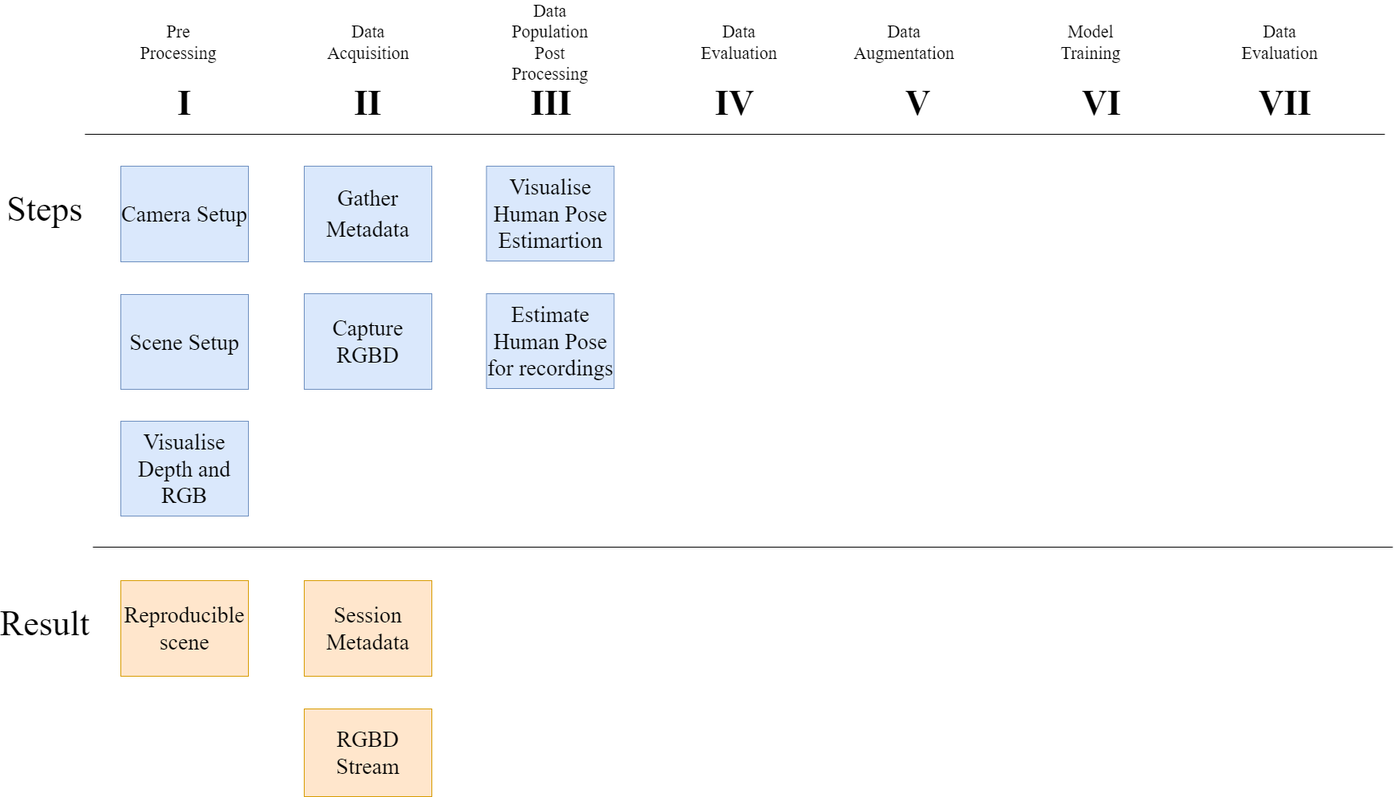
The draw.io diagram docs/Thesis/figures/ProcessingPipeline/ProcessingPipeline.png in LeonardoPohl/FESD, before a commit. Source tidied: cells renumbered, new cells last; positions are measured from the earlier drawing's top-left corner, leaving out a move shared by most shapes.
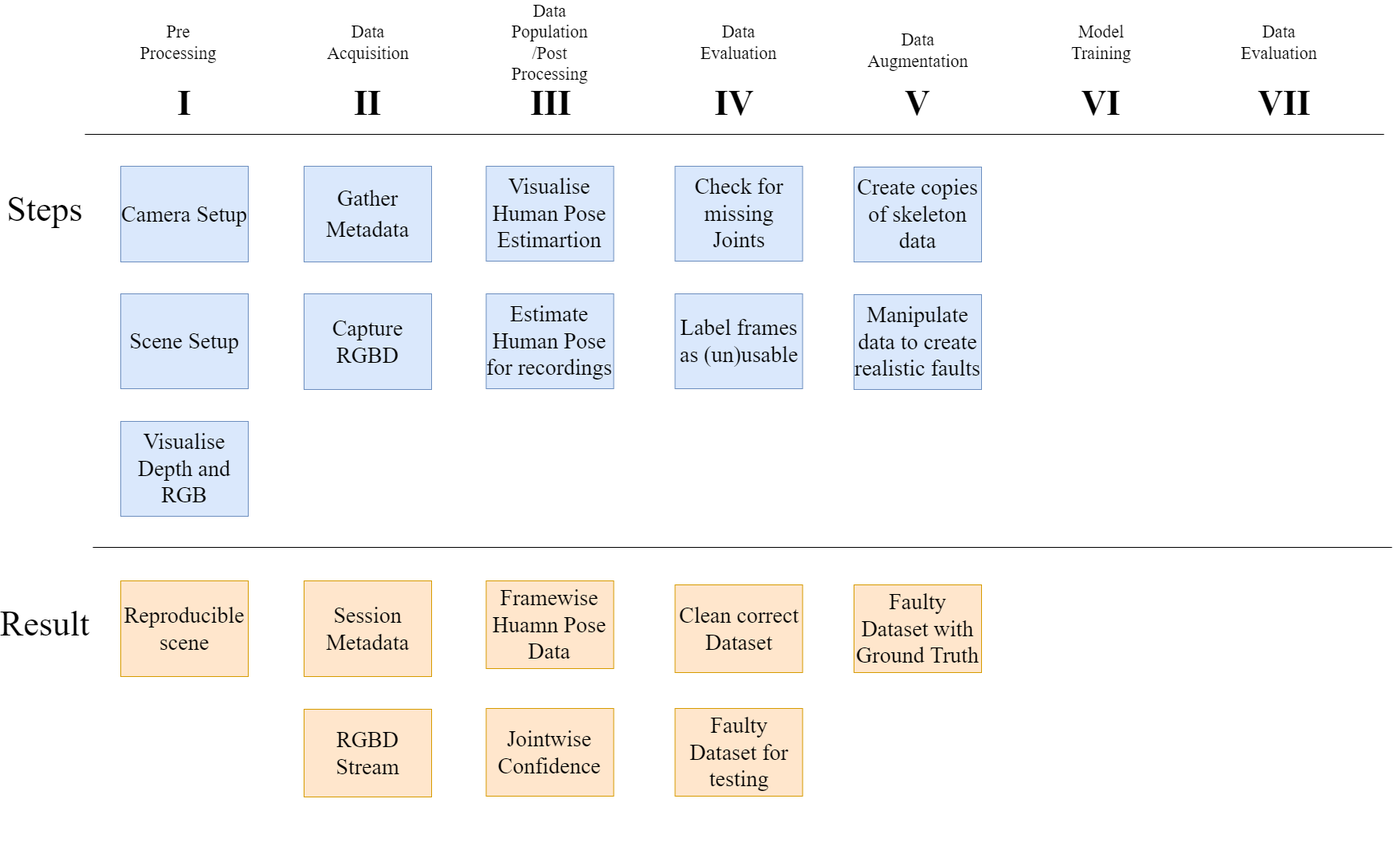
Above is the later version.

What changed in the source:
```diff
@@ -27,7 +27,7 @@
       <mxGeometry x="35" y="90" width="160" height="120" as="geometry" />
     </mxCell>
     <mxCell id="9" value="&lt;p style=&quot;line-height: 100%; font-size: 28px;&quot;&gt;Scene Setup&lt;br style=&quot;font-size: 28px;&quot;&gt;&lt;/p&gt;" style="rounded=0;whiteSpace=wrap;html=1;fontFamily=Times New Roman;fontSize=28;fillColor=#dae8fc;strokeColor=#6c8ebf;" parent="7" vertex="1">
-      <mxGeometry x="35" y="251" width="160" height="119" as="geometry" />
+      <mxGeometry x="35" y="250" width="160" height="119" as="geometry" />
     </mxCell>
     <mxCell id="10" value="&lt;font style=&quot;font-size: 28px;&quot;&gt;Reproducible scene&lt;/font&gt;" style="rounded=0;whiteSpace=wrap;html=1;fontFamily=Times New Roman;fontSize=28;fillColor=#ffe6cc;strokeColor=#d79b00;" parent="7" vertex="1">
       <mxGeometry x="35" y="610" width="160" height="120" as="geometry" />
@@ -36,10 +36,19 @@
       <mxGeometry x="35" y="410" width="160" height="119" as="geometry" />
     </mxCell>
     <mxCell id="12" value="&lt;font style=&quot;font-size: 44px;&quot; face=&quot;Times New Roman&quot;&gt;IV&lt;/font&gt;" style="swimlane;whiteSpace=wrap;html=1;strokeColor=none;fillColor=none;swimlaneLine=0;" parent="1" vertex="1">
-      <mxGeometry x="780" y="80" width="230" height="670" as="geometry" />
+      <mxGeometry x="780" y="80" width="230" height="725" as="geometry" />
     </mxCell>
+    <mxCell id="30" value="Check for missing Joints" style="rounded=0;whiteSpace=wrap;html=1;fontFamily=Times New Roman;fontSize=28;fillColor=#dae8fc;strokeColor=#6c8ebf;" parent="12" vertex="1">
+      <mxGeometry x="40.5" y="90" width="160" height="119" as="geometry" />
+    </mxCell>
+    <mxCell id="31" value="&lt;div style=&quot;font-size: 28px;&quot;&gt;&lt;font style=&quot;font-size: 28px;&quot;&gt;Clean correct Dataset&lt;/font&gt;&lt;/div&gt;" style="rounded=0;whiteSpace=wrap;html=1;fontFamily=Times New Roman;fontSize=28;fillColor=#ffe6cc;strokeColor=#d79b00;" parent="12" vertex="1">
+      <mxGeometry x="40.5" y="615" width="160" height="110" as="geometry" />
+    </mxCell>
+    <mxCell id="32" value="Label frames as (un)usable" style="rounded=0;whiteSpace=wrap;html=1;fontFamily=Times New Roman;fontSize=28;fillColor=#dae8fc;strokeColor=#6c8ebf;" parent="12" vertex="1">
+      <mxGeometry x="40.5" y="250" width="160" height="119" as="geometry" />
+    </mxCell>
     <mxCell id="13" value="&lt;font style=&quot;font-size: 44px;&quot; face=&quot;Times New Roman&quot;&gt;III&lt;/font&gt;" style="swimlane;whiteSpace=wrap;html=1;strokeColor=none;fillColor=none;swimlaneLine=0;" parent="1" vertex="1">
-      <mxGeometry x="550" y="80" width="230" height="670" as="geometry" />
+      <mxGeometry x="550" y="80" width="230" height="942" as="geometry" />
     </mxCell>
     <mxCell id="14" value="Visualise Human Pose Estimartion" style="rounded=0;whiteSpace=wrap;html=1;fontFamily=Times New Roman;fontSize=28;fillColor=#dae8fc;strokeColor=#6c8ebf;" parent="13" vertex="1">
       <mxGeometry x="33.5" y="90" width="160" height="119" as="geometry" />
@@ -47,9 +56,18 @@
     <mxCell id="15" value="Estimate Human Pose for recordings" style="rounded=0;whiteSpace=wrap;html=1;fontFamily=Times New Roman;fontSize=28;fillColor=#dae8fc;strokeColor=#6c8ebf;" parent="13" vertex="1">
       <mxGeometry x="33.5" y="250" width="160" height="119" as="geometry" />
     </mxCell>
+    <mxCell id="33" value="&lt;div style=&quot;font-size: 28px;&quot;&gt;&lt;font style=&quot;font-size: 28px;&quot;&gt;Framewise Huamn Pose Data&lt;/font&gt;&lt;/div&gt;" style="rounded=0;whiteSpace=wrap;html=1;fontFamily=Times New Roman;fontSize=28;fillColor=#ffe6cc;strokeColor=#d79b00;" parent="13" vertex="1">
+      <mxGeometry x="33.5" y="610" width="160" height="110" as="geometry" />
+    </mxCell>
     <mxCell id="16" value="&lt;font style=&quot;font-size: 44px;&quot; face=&quot;Times New Roman&quot;&gt;V&lt;/font&gt;" style="swimlane;whiteSpace=wrap;html=1;strokeColor=none;fillColor=none;swimlaneLine=0;" parent="1" vertex="1">
       <mxGeometry x="1010" y="80" width="230" height="670" as="geometry" />
     </mxCell>
+    <mxCell id="34" value="Create copies of skeleton data" style="rounded=0;whiteSpace=wrap;html=1;fontFamily=Times New Roman;fontSize=28;fillColor=#dae8fc;strokeColor=#6c8ebf;" parent="16" vertex="1">
+      <mxGeometry x="35" y="91" width="160" height="119" as="geometry" />
+    </mxCell>
+    <mxCell id="35" value="Manipulate data to create realistic faults" style="rounded=0;whiteSpace=wrap;html=1;fontFamily=Times New Roman;fontSize=28;fillColor=#dae8fc;strokeColor=#6c8ebf;" parent="16" vertex="1">
+      <mxGeometry x="35" y="251" width="160" height="119" as="geometry" />
+    </mxCell>
     <mxCell id="17" value="&lt;font style=&quot;font-size: 44px;&quot; face=&quot;Times New Roman&quot;&gt;VII&lt;/font&gt;" style="swimlane;whiteSpace=wrap;html=1;startSize=23;strokeColor=none;fillColor=none;swimlaneLine=0;" parent="1" vertex="1">
       <mxGeometry x="1470" y="80" width="230" height="670" as="geometry" />
     </mxCell>
@@ -60,13 +78,13 @@
       <mxGeometry x="160" width="75" height="30" as="geometry" />
     </mxCell>
     <mxCell id="20" value="Data Augmentation" style="text;html=1;strokeColor=none;fillColor=none;align=center;verticalAlign=middle;whiteSpace=wrap;rounded=0;fontSize=22;fontFamily=Times New Roman;" parent="1" vertex="1">
-      <mxGeometry x="1070" width="75" height="30" as="geometry" />
+      <mxGeometry x="1087.5" y="10" width="75" height="30" as="geometry" />
     </mxCell>
     <mxCell id="21" value="Data Evaluation" style="text;html=1;strokeColor=none;fillColor=none;align=center;verticalAlign=middle;whiteSpace=wrap;rounded=0;fontSize=22;fontFamily=Times New Roman;" parent="1" vertex="1">
       <mxGeometry x="1541" width="75" height="30" as="geometry" />
     </mxCell>
     <mxCell id="22" value="Model Training" style="text;html=1;strokeColor=none;fillColor=none;align=center;verticalAlign=middle;whiteSpace=wrap;rounded=0;fontSize=22;fontFamily=Times New Roman;" parent="1" vertex="1">
-      <mxGeometry x="1304" width="75" height="30" as="geometry" />
+      <mxGeometry x="1317.5" width="75" height="30" as="geometry" />
     </mxCell>
     <mxCell id="23" value="Data Acquisition" style="text;html=1;strokeColor=none;fillColor=none;align=center;verticalAlign=middle;whiteSpace=wrap;rounded=0;fontSize=22;fontFamily=Times New Roman;" parent="1" vertex="1">
       <mxGeometry x="397.5" width="75" height="30" as="geometry" />
@@ -74,7 +92,7 @@
     <mxCell id="24" value="Data Evaluation" style="text;html=1;strokeColor=none;fillColor=none;align=center;verticalAlign=middle;whiteSpace=wrap;rounded=0;fontSize=22;fontFamily=Times New Roman;" parent="1" vertex="1">
       <mxGeometry x="863" width="75" height="30" as="geometry" />
     </mxCell>
-    <mxCell id="25" value="&lt;div&gt;Data Population &lt;br&gt;Post Processing&lt;/div&gt;" style="text;html=1;strokeColor=none;fillColor=none;align=center;verticalAlign=middle;whiteSpace=wrap;rounded=0;fontSize=22;fontFamily=Times New Roman;" parent="1" vertex="1">
+    <mxCell id="25" value="&lt;div&gt;Data Population &lt;br&gt;/Post Processing&lt;/div&gt;" style="text;html=1;strokeColor=none;fillColor=none;align=center;verticalAlign=middle;whiteSpace=wrap;rounded=0;fontSize=22;fontFamily=Times New Roman;" parent="1" vertex="1">
       <mxGeometry x="626" width="75" height="30" as="geometry" />
     </mxCell>
     <mxCell id="26" style="endArrow=none;html=1;rounded=0;fontFamily=Times New Roman;fontSize=22;" parent="1" edge="1">
@@ -92,5 +110,14 @@
     <mxCell id="29" value="&lt;div style=&quot;font-size: 28px;&quot;&gt;&lt;font style=&quot;font-size: 28px;&quot;&gt;RGBD Stream&lt;/font&gt;&lt;/div&gt;" style="rounded=0;whiteSpace=wrap;html=1;fontFamily=Times New Roman;fontSize=28;fillColor=#ffe6cc;strokeColor=#d79b00;" parent="1" vertex="1">
       <mxGeometry x="355" y="851" width="160" height="110" as="geometry" />
     </mxCell>
+    <mxCell id="36" value="&lt;div style=&quot;font-size: 28px;&quot;&gt;&lt;font style=&quot;font-size: 28px;&quot;&gt;Jointwise Confidence&lt;/font&gt;&lt;/div&gt;" style="rounded=0;whiteSpace=wrap;html=1;fontFamily=Times New Roman;fontSize=28;fillColor=#ffe6cc;strokeColor=#d79b00;" parent="1" vertex="1">
+      <mxGeometry x="583.5" y="850" width="160" height="110" as="geometry" />
+    </mxCell>
+    <mxCell id="37" value="&lt;div style=&quot;font-size: 28px;&quot;&gt;&lt;font style=&quot;font-size: 28px;&quot;&gt;Faulty Dataset for testing&lt;/font&gt;&lt;/div&gt;" style="rounded=0;whiteSpace=wrap;html=1;fontFamily=Times New Roman;fontSize=28;fillColor=#ffe6cc;strokeColor=#d79b00;" parent="1" vertex="1">
+      <mxGeometry x="820.5" y="850" width="160" height="110" as="geometry" />
+    </mxCell>
+    <mxCell id="38" value="&lt;div style=&quot;font-size: 28px;&quot;&gt;&lt;font style=&quot;font-size: 28px;&quot;&gt;Faulty Dataset with Ground Truth&lt;/font&gt;&lt;/div&gt;" style="rounded=0;whiteSpace=wrap;html=1;fontFamily=Times New Roman;fontSize=28;fillColor=#ffe6cc;strokeColor=#d79b00;" parent="1" vertex="1">
+      <mxGeometry x="1045" y="695" width="160" height="110" as="geometry" />
+    </mxCell>
   </root>
 </mxGraphModel>
```
